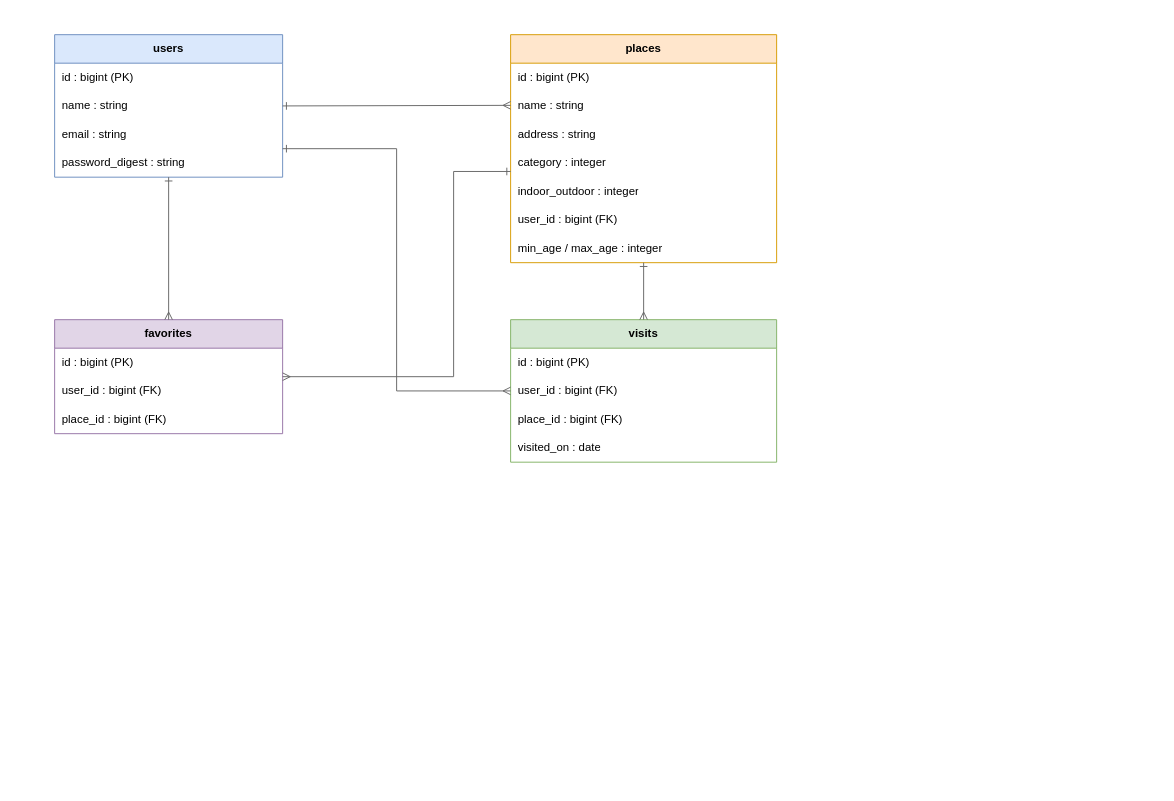
Above: docs/images/er-diagram.drawio in bluewell-y/asobi-log (draw.io), before the change. Source tidied: cells renumbered, new cells numbered last; positions are measured from the earlier drawing's top-left corner, leaving out a move shared by most shapes. Both pictures are drawn from the tidied source at 95%, with x=0, y=0 at pixel (54, 34).
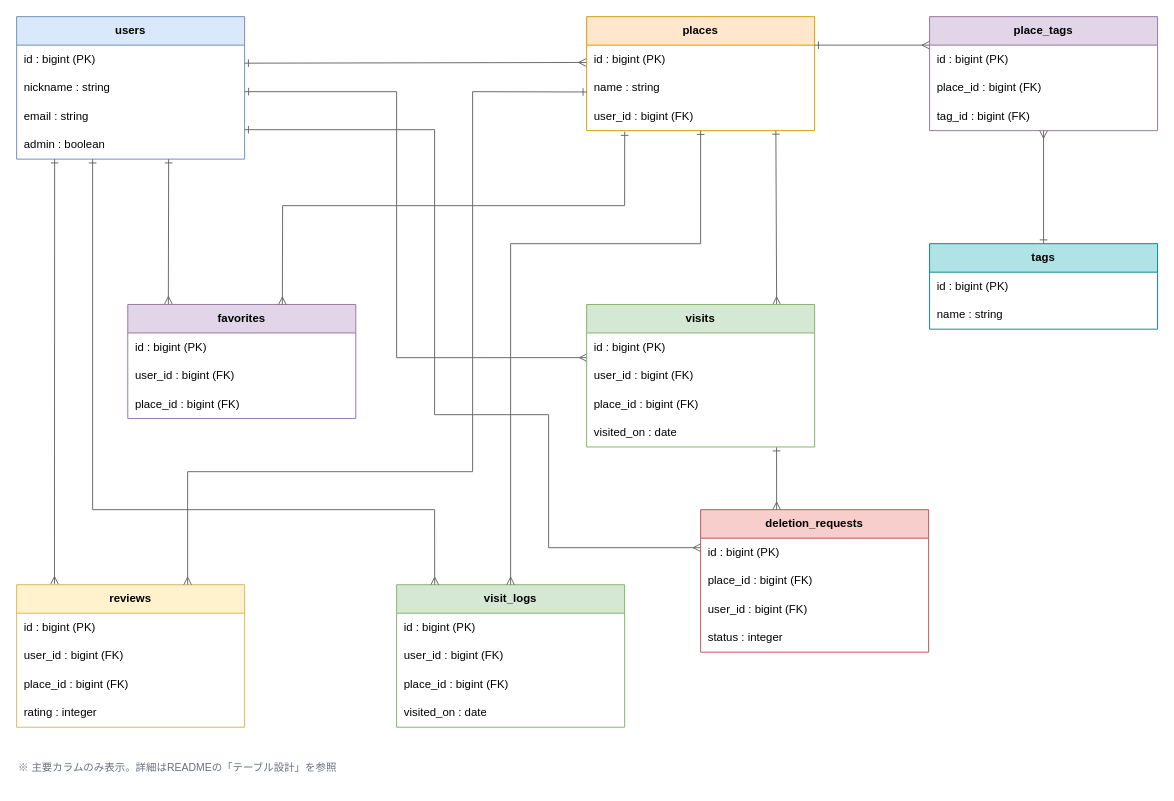
The same page after the edit.

Commit message (it also covers changes not shown here):
ER図・画面遷移図の更新

What changed in the source:
```diff
@@
     <mxCell id="2" value="users" style="swimlane;fontStyle=1;horizontal=1;startSize=30;fillColor=#dae8fc;strokeColor=#6c8ebf;whiteSpace=wrap;html=1;" parent="1" vertex="1">
-      <mxGeometry width="240" height="150" as="geometry" />
+      <mxGeometry x="-40" y="-19" width="240" height="150" as="geometry" />
     </mxCell>
@@
-    <mxCell id="4" value="name : string" style="text;strokeColor=none;fillColor=none;align=left;verticalAlign=middle;spacingLeft=6;spacingRight=4;overflow=hidden;whiteSpace=wrap;html=1;" parent="2" vertex="1">
+    <mxCell id="4" value="nickname : string" style="text;strokeColor=none;fillColor=none;align=left;verticalAlign=middle;spacingLeft=6;spacingRight=4;overflow=hidden;whiteSpace=wrap;html=1;" parent="2" vertex="1">
       <mxGeometry y="60" width="240" height="30" as="geometry" />
     </mxCell>
@@
-    <mxCell id="6" value="password_digest : string" style="text;strokeColor=none;fillColor=none;align=left;verticalAlign=middle;spacingLeft=6;spacingRight=4;overflow=hidden;whiteSpace=wrap;html=1;" parent="2" vertex="1">
+    <mxCell id="6" value="admin : boolean" style="text;strokeColor=none;fillColor=none;align=left;verticalAlign=middle;spacingLeft=6;spacingRight=4;overflow=hidden;whiteSpace=wrap;html=1;" parent="2" vertex="1">
       <mxGeometry y="120" width="240" height="30" as="geometry" />
     </mxCell>
     <mxCell id="7" value="places" style="swimlane;fontStyle=1;horizontal=1;startSize=30;fillColor=#ffe6cc;strokeColor=#d79b00;whiteSpace=wrap;html=1;" parent="1" vertex="1">
-      <mxGeometry x="480" width="280" height="240" as="geometry" />
+      <mxGeometry x="560" y="-19" width="240" height="120" as="geometry" />
     </mxCell>
     <mxCell id="8" value="id : bigint (PK)" style="text;strokeColor=none;fillColor=none;align=left;verticalAlign=middle;spacingLeft=6;spacingRight=4;overflow=hidden;whiteSpace=wrap;html=1;" parent="7" vertex="1">
-      <mxGeometry y="30" width="280" height="30" as="geometry" />
+      <mxGeometry y="30" width="240" height="30" as="geometry" />
     </mxCell>
     <mxCell id="9" value="name : string" style="text;strokeColor=none;fillColor=none;align=left;verticalAlign=middle;spacingLeft=6;spacingRight=4;overflow=hidden;whiteSpace=wrap;html=1;" parent="7" vertex="1">
-      <mxGeometry y="60" width="280" height="30" as="geometry" />
+      <mxGeometry y="60" width="240" height="30" as="geometry" />
     </mxCell>
-    <mxCell id="10" value="address : string" style="text;strokeColor=none;fillColor=none;align=left;verticalAlign=middle;spacingLeft=6;spacingRight=4;overflow=hidden;whiteSpace=wrap;html=1;" parent="7" vertex="1">
-      <mxGeometry y="90" width="280" height="30" as="geometry" />
+    <mxCell id="10" value="user_id : bigint (FK)" style="text;strokeColor=none;fillColor=none;align=left;verticalAlign=middle;spacingLeft=6;spacingRight=4;overflow=hidden;whiteSpace=wrap;html=1;" parent="7" vertex="1">
+      <mxGeometry y="90" width="240" height="30" as="geometry" />
     </mxCell>
-    <mxCell id="11" value="category : integer" style="text;strokeColor=none;fillColor=none;align=left;verticalAlign=middle;spacingLeft=6;spacingRight=4;overflow=hidden;whiteSpace=wrap;html=1;" parent="7" vertex="1">
-      <mxGeometry y="120" width="280" height="30" as="geometry" />
-    </mxCell>
-    <mxCell id="12" value="indoor_outdoor : integer" style="text;strokeColor=none;fillColor=none;align=left;verticalAlign=middle;spacingLeft=6;spacingRight=4;overflow=hidden;whiteSpace=wrap;html=1;" parent="7" vertex="1">
-      <mxGeometry y="150" width="280" height="30" as="geometry" />
-    </mxCell>
-    <mxCell id="13" value="user_id : bigint (FK)" style="text;strokeColor=none;fillColor=none;align=left;verticalAlign=middle;spacingLeft=6;spacingRight=4;overflow=hidden;whiteSpace=wrap;html=1;" parent="7" vertex="1">
-      <mxGeometry y="180" width="280" height="30" as="geometry" />
-    </mxCell>
-    <mxCell id="14" value="min_age / max_age : integer" style="text;strokeColor=none;fillColor=none;align=left;verticalAlign=middle;spacingLeft=6;spacingRight=4;overflow=hidden;whiteSpace=wrap;html=1;" parent="7" vertex="1">
-      <mxGeometry y="210" width="280" height="30" as="geometry" />
-    </mxCell>
     <mxCell id="15" value="favorites" style="swimlane;fontStyle=1;horizontal=1;startSize=30;fillColor=#e1d5e7;strokeColor=#9673a6;whiteSpace=wrap;html=1;" parent="1" vertex="1">
-      <mxGeometry y="300" width="240" height="120" as="geometry" />
+      <mxGeometry x="77" y="284" width="240" height="120" as="geometry" />
     </mxCell>
@@
+    <mxCell id="29" value="tags" style="swimlane;fontStyle=1;horizontal=1;startSize=30;fillColor=#b0e3e6;strokeColor=#0b8484;whiteSpace=wrap;html=1;" parent="1" vertex="1">
+      <mxGeometry x="921" y="220" width="240" height="90" as="geometry" />
+    </mxCell>
+    <mxCell id="30" value="id : bigint (PK)" style="text;strokeColor=none;fillColor=none;align=left;verticalAlign=middle;spacingLeft=6;spacingRight=4;overflow=hidden;whiteSpace=wrap;html=1;" parent="29" vertex="1">
+      <mxGeometry y="30" width="240" height="30" as="geometry" />
+    </mxCell>
+    <mxCell id="31" value="name : string" style="text;strokeColor=none;fillColor=none;align=left;verticalAlign=middle;spacingLeft=6;spacingRight=4;overflow=hidden;whiteSpace=wrap;html=1;" parent="29" vertex="1">
+      <mxGeometry y="60" width="240" height="30" as="geometry" />
+    </mxCell>
+    <mxCell id="32" value="place_tags" style="swimlane;fontStyle=1;horizontal=1;startSize=30;fillColor=#e1d5e7;strokeColor=#9673a6;whiteSpace=wrap;html=1;" parent="1" vertex="1">
+      <mxGeometry x="921" y="-19" width="240" height="120" as="geometry" />
+    </mxCell>
+    <mxCell id="33" value="id : bigint (PK)" style="text;strokeColor=none;fillColor=none;align=left;verticalAlign=middle;spacingLeft=6;spacingRight=4;overflow=hidden;whiteSpace=wrap;html=1;" parent="32" vertex="1">
+      <mxGeometry y="30" width="240" height="30" as="geometry" />
+    </mxCell>
+    <mxCell id="34" value="place_id : bigint (FK)" style="text;strokeColor=none;fillColor=none;align=left;verticalAlign=middle;spacingLeft=6;spacingRight=4;overflow=hidden;whiteSpace=wrap;html=1;" parent="32" vertex="1">
+      <mxGeometry y="60" width="240" height="30" as="geometry" />
+    </mxCell>
+    <mxCell id="35" value="tag_id : bigint (FK)" style="text;strokeColor=none;fillColor=none;align=left;verticalAlign=middle;spacingLeft=6;spacingRight=4;overflow=hidden;whiteSpace=wrap;html=1;" parent="32" vertex="1">
+      <mxGeometry y="90" width="240" height="30" as="geometry" />
+    </mxCell>
+    <mxCell id="36" value="reviews" style="swimlane;fontStyle=1;horizontal=1;startSize=30;fillColor=#fff2cc;strokeColor=#d6b656;whiteSpace=wrap;html=1;" parent="1" vertex="1">
+      <mxGeometry x="-40" y="579" width="240" height="150" as="geometry" />
+    </mxCell>
+    <mxCell id="37" value="id : bigint (PK)" style="text;strokeColor=none;fillColor=none;align=left;verticalAlign=middle;spacingLeft=6;spacingRight=4;overflow=hidden;whiteSpace=wrap;html=1;" parent="36" vertex="1">
+      <mxGeometry y="30" width="240" height="30" as="geometry" />
+    </mxCell>
+    <mxCell id="38" value="user_id : bigint (FK)" style="text;strokeColor=none;fillColor=none;align=left;verticalAlign=middle;spacingLeft=6;spacingRight=4;overflow=hidden;whiteSpace=wrap;html=1;" parent="36" vertex="1">
+      <mxGeometry y="60" width="240" height="30" as="geometry" />
+    </mxCell>
+    <mxCell id="39" value="place_id : bigint (FK)" style="text;strokeColor=none;fillColor=none;align=left;verticalAlign=middle;spacingLeft=6;spacingRight=4;overflow=hidden;whiteSpace=wrap;html=1;" parent="36" vertex="1">
+      <mxGeometry y="90" width="240" height="30" as="geometry" />
+    </mxCell>
+    <mxCell id="40" value="rating : integer" style="text;strokeColor=none;fillColor=none;align=left;verticalAlign=middle;spacingLeft=6;spacingRight=4;overflow=hidden;whiteSpace=wrap;html=1;" parent="36" vertex="1">
+      <mxGeometry y="120" width="240" height="30" as="geometry" />
+    </mxCell>
+    <mxCell id="41" value="visit_logs" style="swimlane;fontStyle=1;horizontal=1;startSize=30;fillColor=#d5e8d4;strokeColor=#82b366;whiteSpace=wrap;html=1;" parent="1" vertex="1">
+      <mxGeometry x="360" y="579" width="240" height="150" as="geometry" />
+    </mxCell>
+    <mxCell id="42" value="id : bigint (PK)" style="text;strokeColor=none;fillColor=none;align=left;verticalAlign=middle;spacingLeft=6;spacingRight=4;overflow=hidden;whiteSpace=wrap;html=1;" parent="41" vertex="1">
+      <mxGeometry y="30" width="240" height="30" as="geometry" />
+    </mxCell>
+    <mxCell id="43" value="user_id : bigint (FK)" style="text;strokeColor=none;fillColor=none;align=left;verticalAlign=middle;spacingLeft=6;spacingRight=4;overflow=hidden;whiteSpace=wrap;html=1;" parent="41" vertex="1">
+      <mxGeometry y="60" width="240" height="30" as="geometry" />
+    </mxCell>
+    <mxCell id="44" value="place_id : bigint (FK)" style="text;strokeColor=none;fillColor=none;align=left;verticalAlign=middle;spacingLeft=6;spacingRight=4;overflow=hidden;whiteSpace=wrap;html=1;" parent="41" vertex="1">
+      <mxGeometry y="90" width="240" height="30" as="geometry" />
+    </mxCell>
+    <mxCell id="45" value="visited_on : date" style="text;strokeColor=none;fillColor=none;align=left;verticalAlign=middle;spacingLeft=6;spacingRight=4;overflow=hidden;whiteSpace=wrap;html=1;" parent="41" vertex="1">
+      <mxGeometry y="120" width="240" height="30" as="geometry" />
+    </mxCell>
+    <mxCell id="46" value="deletion_requests" style="swimlane;fontStyle=1;horizontal=1;startSize=30;fillColor=#f8cecc;strokeColor=#b85450;whiteSpace=wrap;html=1;" parent="1" vertex="1">
+      <mxGeometry x="680" y="500" width="240" height="150" as="geometry" />
+    </mxCell>
+    <mxCell id="47" value="id : bigint (PK)" style="text;strokeColor=none;fillColor=none;align=left;verticalAlign=middle;spacingLeft=6;spacingRight=4;overflow=hidden;whiteSpace=wrap;html=1;" parent="46" vertex="1">
+      <mxGeometry y="30" width="240" height="30" as="geometry" />
+    </mxCell>
+    <mxCell id="48" value="place_id : bigint (FK)" style="text;strokeColor=none;fillColor=none;align=left;verticalAlign=middle;spacingLeft=6;spacingRight=4;overflow=hidden;whiteSpace=wrap;html=1;" parent="46" vertex="1">
+      <mxGeometry y="60" width="240" height="30" as="geometry" />
+    </mxCell>
+    <mxCell id="49" value="user_id : bigint (FK)" style="text;strokeColor=none;fillColor=none;align=left;verticalAlign=middle;spacingLeft=6;spacingRight=4;overflow=hidden;whiteSpace=wrap;html=1;" parent="46" vertex="1">
+      <mxGeometry y="90" width="240" height="30" as="geometry" />
+    </mxCell>
+    <mxCell id="50" value="status : integer" style="text;strokeColor=none;fillColor=none;align=left;verticalAlign=middle;spacingLeft=6;spacingRight=4;overflow=hidden;whiteSpace=wrap;html=1;" parent="46" vertex="1">
+      <mxGeometry y="120" width="240" height="30" as="geometry" />
+    </mxCell>
+    <mxCell id="24" style="edgeStyle=none;html=1;rounded=0;strokeColor=#666666;endArrow=ERmany;endFill=0;startArrow=ERone;startFill=0;exitX=1;exitY=0;exitDx=0;exitDy=0;entryX=-0.002;entryY=0.609;entryDx=0;entryDy=0;entryPerimeter=0;" parent="1" edge="1" target="8">
+      <mxGeometry relative="1" as="geometry">
+        <mxPoint x="200" y="30" as="sourcePoint" />
+      </mxGeometry>
+    </mxCell>
+    <mxCell id="25" style="edgeStyle=none;html=1;rounded=0;strokeColor=#666666;endArrow=ERmany;endFill=0;startArrow=ERone;startFill=0;entryX=0.178;entryY=-0.004;entryDx=0;entryDy=0;entryPerimeter=0;" parent="1" edge="1" target="15">
+      <mxGeometry relative="1" as="geometry">
+        <mxPoint x="120" y="131" as="sourcePoint" />
+      </mxGeometry>
+    </mxCell>
+    <mxCell id="28" style="edgeStyle=none;html=1;rounded=0;strokeColor=#666666;endArrow=ERmany;endFill=0;startArrow=ERone;startFill=0;exitX=0.167;exitY=1.033;exitDx=0;exitDy=0;exitPerimeter=0;entryX=0.678;entryY=0.001;entryDx=0;entryDy=0;entryPerimeter=0;" parent="1" edge="1" source="10" target="15">
+      <mxGeometry relative="1" as="geometry">
+        <Array as="points">
+          <mxPoint x="600" y="180" />
+          <mxPoint x="240" y="180" />
+        </Array>
+      </mxGeometry>
+    </mxCell>
+    <mxCell id="27" style="edgeStyle=none;html=1;rounded=0;strokeColor=#666666;endArrow=ERmany;endFill=0;startArrow=ERone;startFill=0;exitX=1;exitY=0.75;exitDx=0;exitDy=0;entryX=0.002;entryY=0.865;entryDx=0;entryDy=0;entryPerimeter=0;" parent="1" edge="1" target="20">
+      <mxGeometry relative="1" as="geometry">
+        <mxPoint x="200.2" y="60" as="sourcePoint" />
+        <Array as="points">
+          <mxPoint x="360" y="60" />
+          <mxPoint x="360" y="340" />
+        </Array>
+      </mxGeometry>
+    </mxCell>
+    <mxCell id="51" style="edgeStyle=none;html=1;rounded=0;strokeColor=#666666;endArrow=ERmany;endFill=0;startArrow=ERone;startFill=0;entryX=0;entryY=0.25;entryDx=0;entryDy=0;exitX=1;exitY=0.25;exitDx=0;exitDy=0;" parent="1" edge="1" source="7" target="32">
+      <mxGeometry relative="1" as="geometry" />
+    </mxCell>
+    <mxCell id="52" style="edgeStyle=none;html=1;rounded=0;strokeColor=#666666;endArrow=ERmany;endFill=0;startArrow=ERone;startFill=0;entryX=0.5;entryY=1;entryDx=0;entryDy=0;" parent="1" edge="1" source="29" target="35">
+      <mxGeometry relative="1" as="geometry" />
+    </mxCell>
+    <mxCell id="53" style="edgeStyle=none;html=1;rounded=0;strokeColor=#666666;endArrow=ERmany;endFill=0;startArrow=ERone;startFill=0;exitX=0.25;exitY=1;exitDx=0;exitDy=0;entryX=0.166;entryY=-0.004;entryDx=0;entryDy=0;entryPerimeter=0;" parent="1" edge="1" target="36">
+      <mxGeometry relative="1" as="geometry">
+        <mxPoint y="131" as="sourcePoint" />
+      </mxGeometry>
+    </mxCell>
+    <mxCell id="54" style="edgeStyle=none;html=1;rounded=0;strokeColor=#666666;endArrow=ERmany;endFill=0;startArrow=ERone;startFill=0;entryX=0.75;entryY=0;entryDx=0;entryDy=0;exitX=0.001;exitY=0.644;exitDx=0;exitDy=0;exitPerimeter=0;" parent="1" edge="1" source="9" target="36">
+      <mxGeometry relative="1" as="geometry">
+        <Array as="points">
+          <mxPoint x="440" y="60" />
+          <mxPoint x="440" y="460" />
+          <mxPoint x="140" y="460" />
+        </Array>
+      </mxGeometry>
+    </mxCell>
+    <mxCell id="55" style="edgeStyle=none;html=1;rounded=0;strokeColor=#666666;endArrow=ERmany;endFill=0;startArrow=ERone;startFill=0;entryX=0.167;entryY=0;entryDx=0;entryDy=0;entryPerimeter=0;" parent="1" edge="1" target="41">
+      <mxGeometry relative="1" as="geometry">
+        <mxPoint x="40" y="131" as="sourcePoint" />
+        <Array as="points">
+          <mxPoint x="40" y="500" />
+          <mxPoint x="400" y="500" />
+        </Array>
+      </mxGeometry>
+    </mxCell>
+    <mxCell id="56" style="edgeStyle=none;html=1;rounded=0;strokeColor=#666666;endArrow=ERmany;endFill=0;startArrow=ERone;startFill=0;exitX=0.5;exitY=1;exitDx=0;exitDy=0;entryX=0.5;entryY=0;entryDx=0;entryDy=0;" parent="1" edge="1" source="10" target="41">
+      <mxGeometry relative="1" as="geometry">
+        <Array as="points">
+          <mxPoint x="680" y="220" />
+          <mxPoint x="480" y="220" />
+        </Array>
+      </mxGeometry>
+    </mxCell>
+    <mxCell id="57" style="edgeStyle=none;html=1;rounded=0;strokeColor=#666666;endArrow=ERmany;endFill=0;startArrow=ERone;startFill=0;" parent="1" edge="1">
+      <mxGeometry relative="1" as="geometry">
+        <mxPoint x="200" y="100" as="sourcePoint" />
+        <mxPoint x="680" y="540" as="targetPoint" />
+        <Array as="points">
+          <mxPoint x="400" y="100" />
+          <mxPoint x="400" y="400" />
+          <mxPoint x="520" y="400" />
+          <mxPoint x="520" y="540" />
+        </Array>
+      </mxGeometry>
+    </mxCell>
+    <mxCell id="58" style="edgeStyle=none;html=1;rounded=0;strokeColor=#666666;endArrow=ERmany;endFill=0;startArrow=ERone;startFill=0;exitX=0.833;exitY=1.005;exitDx=0;exitDy=0;exitPerimeter=0;" parent="1" edge="1" source="23">
+      <mxGeometry relative="1" as="geometry">
+        <mxPoint x="760" y="500" as="targetPoint" />
+      </mxGeometry>
+    </mxCell>
+    <mxCell id="59" value="※ 主要カラムのみ表示。詳細はREADMEの「テーブル設計」を参照" style="text;html=1;align=left;verticalAlign=top;fontSize=11;fontColor=#676f7d;" parent="1" vertex="1">
+      <mxGeometry x="-40" y="759" width="500" height="30" as="geometry" />
+    </mxCell>
+    <mxCell id="60" style="edgeStyle=none;html=1;rounded=0;strokeColor=#666666;endArrow=ERmany;endFill=0;startArrow=ERone;startFill=0;entryX=0.5;entryY=0;entryDx=0;entryDy=0;exitX=0.83;exitY=0.992;exitDx=0;exitDy=0;exitPerimeter=0;" parent="1" edge="1" source="10">
+      <mxGeometry relative="1" as="geometry">
+        <mxPoint x="760" y="284" as="targetPoint" />
+      </mxGeometry>
+    </mxCell>
     <mxCell id="19" value="visits" style="swimlane;fontStyle=1;horizontal=1;startSize=30;fillColor=#d5e8d4;strokeColor=#82b366;whiteSpace=wrap;html=1;" parent="1" vertex="1">
-      <mxGeometry x="480" y="300" width="280" height="150" as="geometry" />
+      <mxGeometry x="560" y="284" width="240" height="150" as="geometry" />
     </mxCell>
     <mxCell id="20" value="id : bigint (PK)" style="text;strokeColor=none;fillColor=none;align=left;verticalAlign=middle;spacingLeft=6;spacingRight=4;overflow=hidden;whiteSpace=wrap;html=1;" parent="19" vertex="1">
-      <mxGeometry y="30" width="280" height="30" as="geometry" />
+      <mxGeometry y="30" width="240" height="30" as="geometry" />
     </mxCell>
     <mxCell id="21" value="user_id : bigint (FK)" style="text;strokeColor=none;fillColor=none;align=left;verticalAlign=middle;spacingLeft=6;spacingRight=4;overflow=hidden;whiteSpace=wrap;html=1;" parent="19" vertex="1">
-      <mxGeometry y="60" width="280" height="30" as="geometry" />
+      <mxGeometry y="60" width="240" height="30" as="geometry" />
     </mxCell>
     <mxCell id="22" value="place_id : bigint (FK)" style="text;strokeColor=none;fillColor=none;align=left;verticalAlign=middle;spacingLeft=6;spacingRight=4;overflow=hidden;whiteSpace=wrap;html=1;" parent="19" vertex="1">
-      <mxGeometry y="90" width="280" height="30" as="geometry" />
+      <mxGeometry y="90" width="240" height="30" as="geometry" />
     </mxCell>
     <mxCell id="23" value="visited_on : date" style="text;strokeColor=none;fillColor=none;align=left;verticalAlign=middle;spacingLeft=6;spacingRight=4;overflow=hidden;whiteSpace=wrap;html=1;" parent="19" vertex="1">
-      <mxGeometry y="120" width="280" height="30" as="geometry" />
+      <mxGeometry y="120" width="240" height="30" as="geometry" />
     </mxCell>
-    <mxCell id="24" style="edgeStyle=none;html=1;rounded=0;strokeColor=#666666;endArrow=ERmany;endFill=0;startArrow=ERone;startFill=0;exitX=1;exitY=0.5;exitDx=0;exitDy=0;entryX=0;entryY=0.31;entryDx=0;entryDy=0;" parent="1" edge="1" source="2" target="7">
-      <mxGeometry relative="1" as="geometry" />
-    </mxCell>
-    <mxCell id="25" style="edgeStyle=none;html=1;rounded=0;strokeColor=#666666;endArrow=ERmany;endFill=0;startArrow=ERone;startFill=0;exitX=0.5;exitY=1;exitDx=0;exitDy=0;entryX=0.5;entryY=0;entryDx=0;entryDy=0;" parent="1" edge="1" source="2" target="15">
-      <mxGeometry relative="1" as="geometry" />
-    </mxCell>
-    <mxCell id="26" style="edgeStyle=none;html=1;rounded=0;strokeColor=#666666;endArrow=ERmany;endFill=0;startArrow=ERone;startFill=0;exitX=0.5;exitY=1;exitDx=0;exitDy=0;entryX=0.5;entryY=0;entryDx=0;entryDy=0;" parent="1" edge="1" source="7" target="19">
-      <mxGeometry relative="1" as="geometry" />
-    </mxCell>
-    <mxCell id="27" style="edgeStyle=orthogonalEdgeStyle;html=1;rounded=0;strokeColor=#666666;endArrow=ERmany;endFill=0;startArrow=ERone;startFill=0;exitX=1;exitY=0.8;exitDx=0;exitDy=0;entryX=0;entryY=0.5;entryDx=0;entryDy=0;" parent="1" edge="1" source="2" target="19">
-      <mxGeometry relative="1" as="geometry">
-        <Array as="points">
-          <mxPoint x="360" y="120" />
-          <mxPoint x="360" y="375" />
-        </Array>
-      </mxGeometry>
-    </mxCell>
-    <mxCell id="28" style="edgeStyle=orthogonalEdgeStyle;html=1;rounded=0;strokeColor=#666666;endArrow=ERmany;endFill=0;startArrow=ERone;startFill=0;exitX=0;exitY=0.6;exitDx=0;exitDy=0;entryX=1;entryY=0.5;entryDx=0;entryDy=0;" parent="1" edge="1" source="7" target="15">
-      <mxGeometry relative="1" as="geometry">
-        <Array as="points">
-          <mxPoint x="420" y="144" />
-          <mxPoint x="420" y="360" />
-        </Array>
-      </mxGeometry>
-    </mxCell>
```
